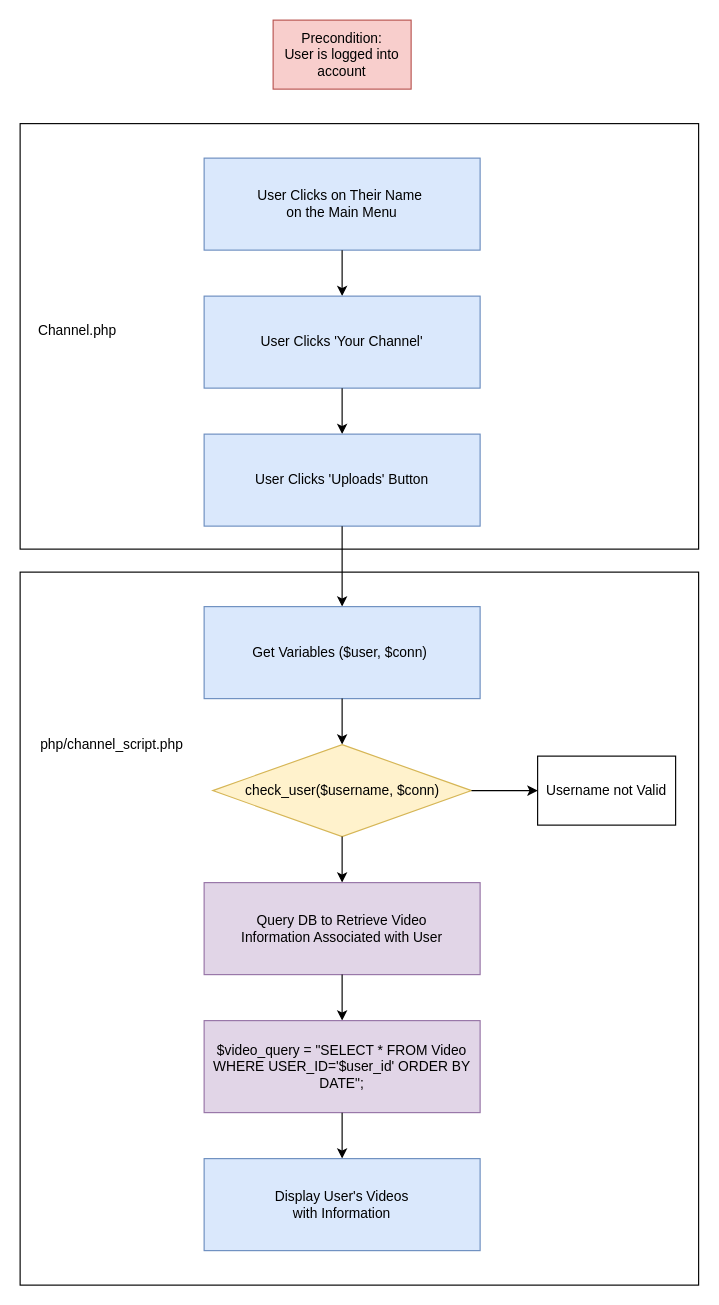
Above: Design/Data Flow/Check_Updates.drawio in Jacob-Mellichamp/MeTube (draw.io), before the change. Source tidied: cells renumbered, new cells numbered last; positions are measured from the earlier drawing's top-left corner, leaving out a move shared by most shapes. Both pictures are drawn from the tidied source at 115%, with x=0, y=0 at pixel (20, 20).
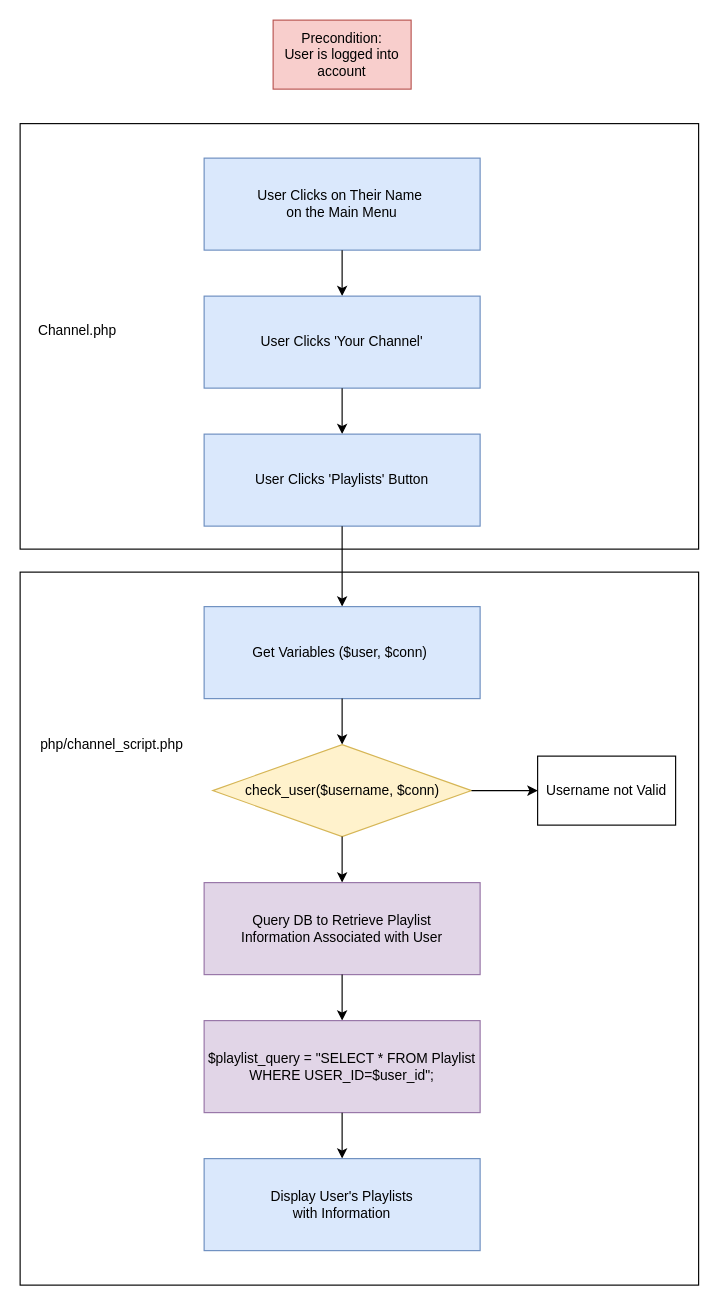
The same page after the edit.

Change to the diagram source:
```diff
@@
-    <mxCell id="9" value="User Clicks 'Uploads' Button" style="rounded=0;whiteSpace=wrap;html=1;fillColor=#dae8fc;strokeColor=#6c8ebf;" parent="1" vertex="1">
+    <mxCell id="9" value="User Clicks 'Playlists' Button" style="rounded=0;whiteSpace=wrap;html=1;fillColor=#dae8fc;strokeColor=#6c8ebf;" parent="1" vertex="1">
       <mxGeometry x="160" y="360" width="240" height="80" as="geometry" />
     </mxCell>
@@
-    <mxCell id="18" value="Query DB to Retrieve Video&lt;br&gt;Information Associated with User" style="rounded=0;whiteSpace=wrap;html=1;fillColor=#e1d5e7;strokeColor=#9673a6;" parent="1" vertex="1">
+    <mxCell id="18" value="Query DB to Retrieve Playlist&lt;br&gt;Information Associated with User" style="rounded=0;whiteSpace=wrap;html=1;fillColor=#e1d5e7;strokeColor=#9673a6;" parent="1" vertex="1">
       <mxGeometry x="160" y="750" width="240" height="80" as="geometry" />
     </mxCell>
@@
-    <mxCell id="20" value="&lt;span style=&quot;font-family: , &amp;#34;consolas&amp;#34; , &amp;#34;liberation mono&amp;#34; , &amp;#34;menlo&amp;#34; , monospace&quot;&gt;$video_query = &quot;SELECT * FROM Video WHERE USER_ID='$user_id' ORDER BY DATE&quot;;&lt;/span&gt;" style="rounded=0;whiteSpace=wrap;html=1;fillColor=#e1d5e7;strokeColor=#9673a6;" parent="1" vertex="1">
+    <mxCell id="20" value="&lt;span style=&quot;font-family: , &amp;#34;consolas&amp;#34; , &amp;#34;liberation mono&amp;#34; , &amp;#34;menlo&amp;#34; , monospace&quot;&gt;$playlist_query = &quot;&lt;/span&gt;&lt;span style=&quot;font-family: , &amp;#34;consolas&amp;#34; , &amp;#34;liberation mono&amp;#34; , &amp;#34;menlo&amp;#34; , monospace&quot;&gt;SELECT * FROM Playlist WHERE USER_ID=$user_id&lt;/span&gt;&lt;span style=&quot;font-family: , &amp;#34;consolas&amp;#34; , &amp;#34;liberation mono&amp;#34; , &amp;#34;menlo&amp;#34; , monospace&quot;&gt;&quot;;&lt;/span&gt;" style="rounded=0;whiteSpace=wrap;html=1;fillColor=#e1d5e7;strokeColor=#9673a6;" parent="1" vertex="1">
       <mxGeometry x="160" y="870" width="240" height="80" as="geometry" />
     </mxCell>
@@
-    <mxCell id="23" value="Display User's Videos&lt;br&gt;with Information" style="rounded=0;whiteSpace=wrap;html=1;fillColor=#dae8fc;strokeColor=#6c8ebf;" parent="1" vertex="1">
+    <mxCell id="23" value="Display User's Playlists&lt;br&gt;with Information" style="rounded=0;whiteSpace=wrap;html=1;fillColor=#dae8fc;strokeColor=#6c8ebf;" parent="1" vertex="1">
       <mxGeometry x="160" y="990" width="240" height="80" as="geometry" />
     </mxCell>
```
